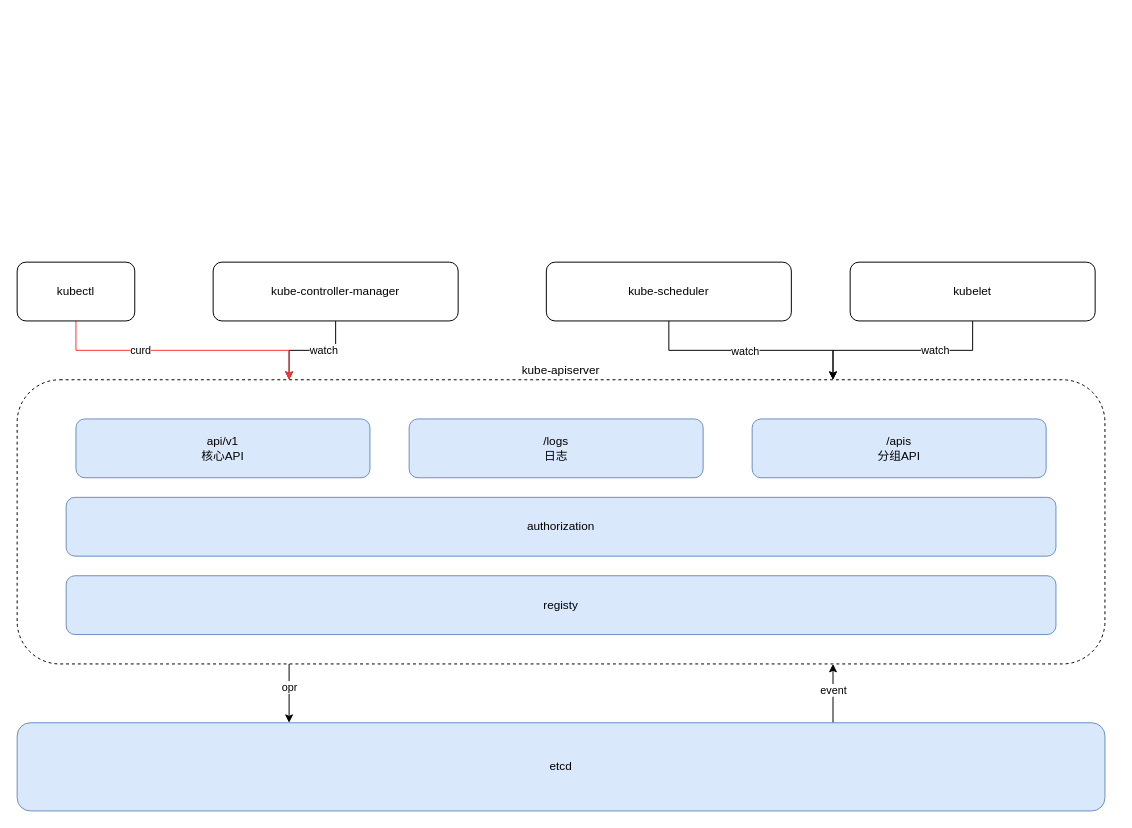
Venurs/draw keeps this draw.io diagram as kubernetes.drawio. Above is the earlier version. Source tidied: cells renumbered, new cells numbered last; positions are measured from the earlier drawing's top-left corner, leaving out a move shared by most shapes. Both pictures are drawn from the tidied source at 98%, with x=0, y=0 at pixel (17, 262).
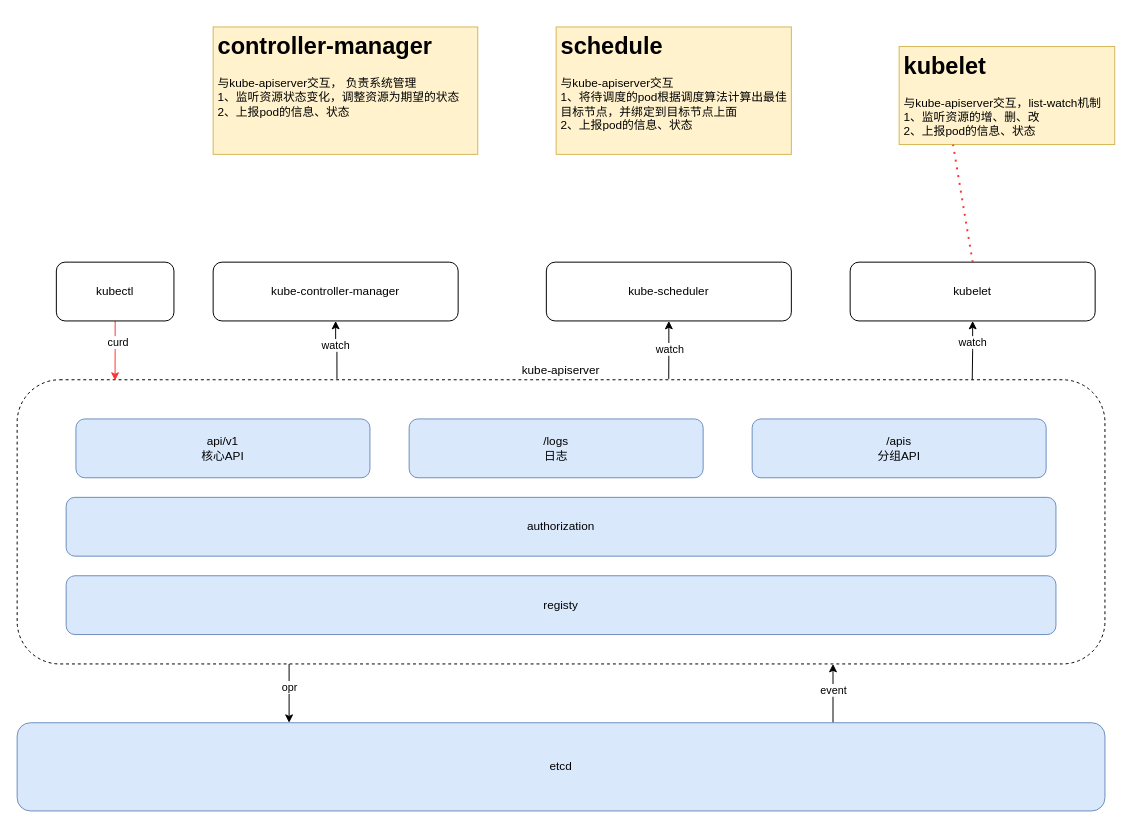
The same diagram, later.

Unchanged cells that the change refers to:
```xml
<mxCell id="4" value="kube-apiserver" style="rounded=1;whiteSpace=wrap;html=1;dashed=1;labelPosition=center;verticalLabelPosition=top;align=center;verticalAlign=bottom;" parent="1" vertex="1">
  <mxGeometry y="120" width="1110" height="290" as="geometry" />
</mxCell>
<mxCell id="15" value="kube-controller-manager" style="rounded=1;whiteSpace=wrap;html=1;" parent="1" vertex="1">
  <mxGeometry x="200" width="250" height="60" as="geometry" />
</mxCell>
<mxCell id="21" value="kube-scheduler" style="rounded=1;whiteSpace=wrap;html=1;" parent="1" vertex="1">
  <mxGeometry x="540" width="250" height="60" as="geometry" />
</mxCell>
<mxCell id="24" value="kubelet" style="rounded=1;whiteSpace=wrap;html=1;" parent="1" vertex="1">
  <mxGeometry x="850" width="250" height="60" as="geometry" />
</mxCell>
```

Change to the diagram source:
```diff
@@
-    <mxCell id="13" style="edgeStyle=orthogonalEdgeStyle;rounded=0;jettySize=auto;html=1;exitX=0.5;exitY=1;exitDx=0;exitDy=0;entryX=0.25;entryY=0;entryDx=0;entryDy=0;" parent="1" edge="1" source="15" target="4">
+    <mxCell id="13" style="edgeStyle=orthogonalEdgeStyle;rounded=0;jettySize=auto;html=1;exitX=0.5;exitY=1;exitDx=0;exitDy=0;entryX=0.294;entryY=-0.003;entryDx=0;entryDy=0;startArrow=classic;startFill=1;endArrow=none;endFill=0;entryPerimeter=0;" parent="1" edge="1" source="15" target="4">
       <mxGeometry relative="1" as="geometry" />
     </mxCell>
@@
-    <mxCell id="16" style="edgeStyle=orthogonalEdgeStyle;rounded=0;jettySize=auto;html=1;exitX=0.5;exitY=1;exitDx=0;exitDy=0;entryX=0.25;entryY=0;entryDx=0;entryDy=0;strokeColor=#FF3333;" parent="1" edge="1" source="18" target="4">
+    <mxCell id="16" style="edgeStyle=orthogonalEdgeStyle;rounded=0;jettySize=auto;html=1;exitX=0.5;exitY=1;exitDx=0;exitDy=0;entryX=0.09;entryY=0.003;entryDx=0;entryDy=0;strokeColor=#FF3333;entryPerimeter=0;" parent="1" edge="1" source="18" target="4">
       <mxGeometry relative="1" as="geometry" />
     </mxCell>
@@
     <mxCell id="18" value="kubectl" style="rounded=1;whiteSpace=wrap;html=1;" parent="1" vertex="1">
-      <mxGeometry width="120" height="60" as="geometry" />
+      <mxGeometry x="40" width="120" height="60" as="geometry" />
     </mxCell>
-    <mxCell id="19" style="edgeStyle=orthogonalEdgeStyle;rounded=0;jettySize=auto;html=1;exitX=0.5;exitY=1;exitDx=0;exitDy=0;entryX=0.75;entryY=0;entryDx=0;entryDy=0;" parent="1" edge="1" source="21" target="4">
+    <mxCell id="19" style="edgeStyle=orthogonalEdgeStyle;rounded=0;jettySize=auto;html=1;exitX=0.5;exitY=1;exitDx=0;exitDy=0;entryX=0.599;entryY=-0.003;entryDx=0;entryDy=0;entryPerimeter=0;startArrow=classic;startFill=1;endArrow=none;endFill=0;" parent="1" edge="1" source="21" target="4">
       <mxGeometry relative="1" as="geometry" />
     </mxCell>
@@
-    <mxCell id="22" style="edgeStyle=orthogonalEdgeStyle;rounded=0;jettySize=auto;html=1;exitX=0.5;exitY=1;exitDx=0;exitDy=0;entryX=0.75;entryY=0;entryDx=0;entryDy=0;" parent="1" edge="1" source="24" target="4">
+    <mxCell id="22" style="edgeStyle=orthogonalEdgeStyle;rounded=0;jettySize=auto;html=1;exitX=0.5;exitY=1;exitDx=0;exitDy=0;entryX=0.878;entryY=0;entryDx=0;entryDy=0;entryPerimeter=0;endArrow=none;endFill=0;startArrow=classic;startFill=1;" parent="1" edge="1" source="24" target="4">
       <mxGeometry relative="1" as="geometry" />
     </mxCell>
@@
+    <mxCell id="25" value="&lt;h1&gt;kubelet&lt;/h1&gt;&lt;div&gt;与kube-apiserver交互，list-watch机制&lt;/div&gt;&lt;div&gt;1、监听资源的增、删、改&lt;/div&gt;&lt;div&gt;2、上报pod的信息、状态&lt;/div&gt;" style="text;html=1;strokeColor=#d6b656;fillColor=#fff2cc;spacing=5;spacingTop=-20;whiteSpace=wrap;overflow=hidden;rounded=0;" parent="1" vertex="1">
+      <mxGeometry x="900" y="-220" width="220" height="100" as="geometry" />
+    </mxCell>
+    <mxCell id="26" style="endArrow=none;dashed=1;html=1;dashPattern=1 3;strokeWidth=2;rounded=0;exitX=0.5;exitY=0;exitDx=0;exitDy=0;strokeColor=#FF3333;entryX=0.25;entryY=1;entryDx=0;entryDy=0;" parent="1" edge="1" source="24" target="25">
+      <mxGeometry relative="1" as="geometry" />
+    </mxCell>
+    <mxCell id="27" value="&lt;h1&gt;controller-manager&lt;/h1&gt;&lt;div&gt;与kube-apiserver交互， 负责系统管理&lt;/div&gt;&lt;div&gt;1、监听资源状态变化，调整资源为期望的状态&lt;/div&gt;&lt;div&gt;2、上报pod的信息、状态&lt;/div&gt;" style="text;html=1;strokeColor=#d6b656;fillColor=#fff2cc;spacing=5;spacingTop=-20;whiteSpace=wrap;overflow=hidden;rounded=0;" parent="1" vertex="1">
+      <mxGeometry x="200" y="-240" width="270" height="130" as="geometry" />
+    </mxCell>
+    <mxCell id="28" value="&lt;h1&gt;schedule&lt;/h1&gt;&lt;div&gt;与kube-apiserver交互&lt;/div&gt;&lt;div&gt;1、将待调度的pod根据调度算法计算出最佳目标节点，并绑定到目标节点上面&lt;/div&gt;&lt;div&gt;2、上报pod的信息、状态&lt;/div&gt;" style="text;html=1;strokeColor=#d6b656;fillColor=#fff2cc;spacing=5;spacingTop=-20;whiteSpace=wrap;overflow=hidden;rounded=0;" parent="1" vertex="1">
+      <mxGeometry x="550" y="-240" width="240" height="130" as="geometry" />
+    </mxCell>
```
